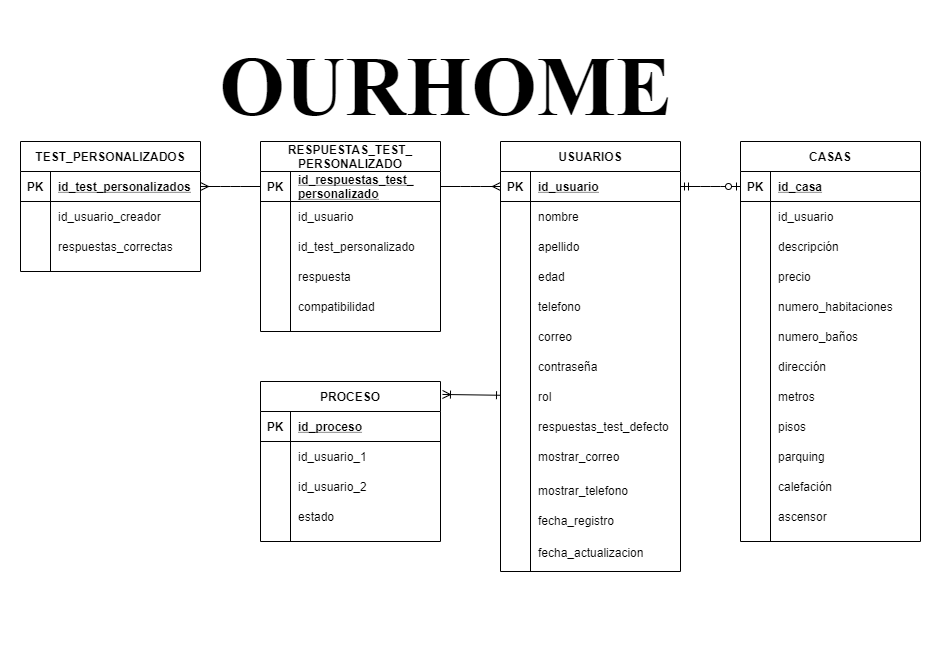
The draw.io diagram Base de datos/database_schema.png in danielmac03/Ourhome, before a commit. Source tidied: cells renumbered, new cells last; positions are measured from the earlier drawing's top-left corner, leaving out a move shared by most shapes.
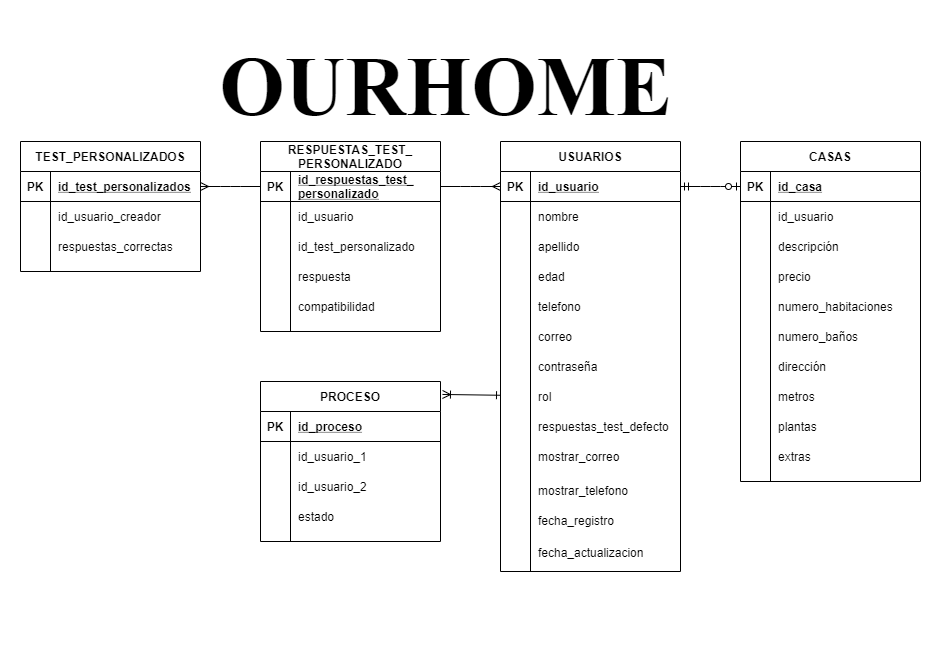
Above is the later version.

The edit, as a diff of the source:
```diff
@@ -96,7 +96,7 @@
       <mxGeometry x="30" width="150" height="30" as="geometry" />
     </mxCell>
     <mxCell id="33" value="CASAS" style="shape=table;startSize=30;rowLines=0;fontStyle=1;align=center;" parent="1" vertex="1">
-      <mxGeometry x="720" y="90" width="180" height="400" as="geometry" />
+      <mxGeometry x="720" y="90" width="180" height="340" as="geometry" />
     </mxCell>
     <mxCell id="34" style="shape=partialRectangle;fillColor=none;top=0;left=0;bottom=1;right=0;points=[[0,0.5],[1,0.5]];portConstraint=eastwest;" parent="33" vertex="1">
       <mxGeometry y="30" width="180" height="30" as="geometry" />
@@ -176,7 +176,7 @@
     <mxCell id="59" style="shape=partialRectangle;fillColor=none;top=0;left=0;bottom=0;right=0;overflow=hidden;" parent="58" vertex="1">
       <mxGeometry width="30" height="30" as="geometry" />
     </mxCell>
-    <mxCell id="60" value="pisos" style="shape=partialRectangle;fillColor=none;top=0;left=0;bottom=0;right=0;align=left;spacingLeft=6;overflow=hidden;" parent="58" vertex="1">
+    <mxCell id="60" value="plantas" style="shape=partialRectangle;fillColor=none;top=0;left=0;bottom=0;right=0;align=left;spacingLeft=6;overflow=hidden;" parent="58" vertex="1">
       <mxGeometry x="30" width="150" height="30" as="geometry" />
     </mxCell>
     <mxCell id="61" style="shape=partialRectangle;fillColor=none;top=0;left=0;bottom=0;right=0;" parent="33" vertex="1">
@@ -185,27 +185,9 @@
     <mxCell id="62" style="shape=partialRectangle;fillColor=none;top=0;left=0;bottom=0;right=0;overflow=hidden;" parent="61" vertex="1">
       <mxGeometry width="30" height="30" as="geometry" />
     </mxCell>
-    <mxCell id="63" value="parquing" style="shape=partialRectangle;fillColor=none;top=0;left=0;bottom=0;right=0;align=left;spacingLeft=6;overflow=hidden;" parent="61" vertex="1">
+    <mxCell id="63" value="extras" style="shape=partialRectangle;fillColor=none;top=0;left=0;bottom=0;right=0;align=left;spacingLeft=6;overflow=hidden;" parent="61" vertex="1">
       <mxGeometry x="30" width="150" height="30" as="geometry" />
     </mxCell>
-    <mxCell id="64" style="shape=partialRectangle;fillColor=none;top=0;left=0;bottom=0;right=0;" parent="33" vertex="1">
-      <mxGeometry y="330" width="180" height="30" as="geometry" />
-    </mxCell>
-    <mxCell id="65" style="shape=partialRectangle;fillColor=none;top=0;left=0;bottom=0;right=0;overflow=hidden;" parent="64" vertex="1">
-      <mxGeometry width="30" height="30" as="geometry" />
-    </mxCell>
-    <mxCell id="66" value="calefación" style="shape=partialRectangle;fillColor=none;top=0;left=0;bottom=0;right=0;align=left;spacingLeft=6;overflow=hidden;" parent="64" vertex="1">
-      <mxGeometry x="30" width="150" height="30" as="geometry" />
-    </mxCell>
-    <mxCell id="67" style="shape=partialRectangle;fillColor=none;top=0;left=0;bottom=0;right=0;" parent="33" vertex="1">
-      <mxGeometry y="360" width="180" height="30" as="geometry" />
-    </mxCell>
-    <mxCell id="68" style="shape=partialRectangle;fillColor=none;top=0;left=0;bottom=0;right=0;overflow=hidden;" parent="67" vertex="1">
-      <mxGeometry width="30" height="30" as="geometry" />
-    </mxCell>
-    <mxCell id="69" value="ascensor" style="shape=partialRectangle;fillColor=none;top=0;left=0;bottom=0;right=0;align=left;spacingLeft=6;overflow=hidden;" parent="67" vertex="1">
-      <mxGeometry x="30" width="150" height="30" as="geometry" />
-    </mxCell>
     <mxCell id="70" style="group;" parent="1" vertex="1">
       <mxGeometry x="480" y="90" width="180" height="500" as="geometry" />
     </mxCell>
```
